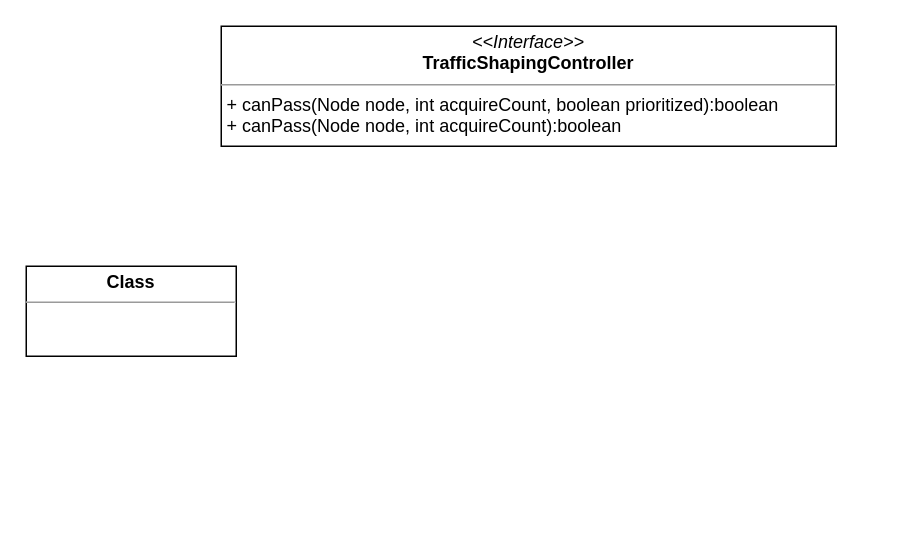
This is 流控效果类图.drawio from yongliangcode/diagram, a draw.io file, before an edit. Source tidied: cells renumbered, new cells numbered last; positions are measured from the earlier drawing's top-left corner, leaving out a move shared by most shapes. Both pictures are drawn from the tidied source at 150%, with x=0, y=0 at pixel (26, 26).
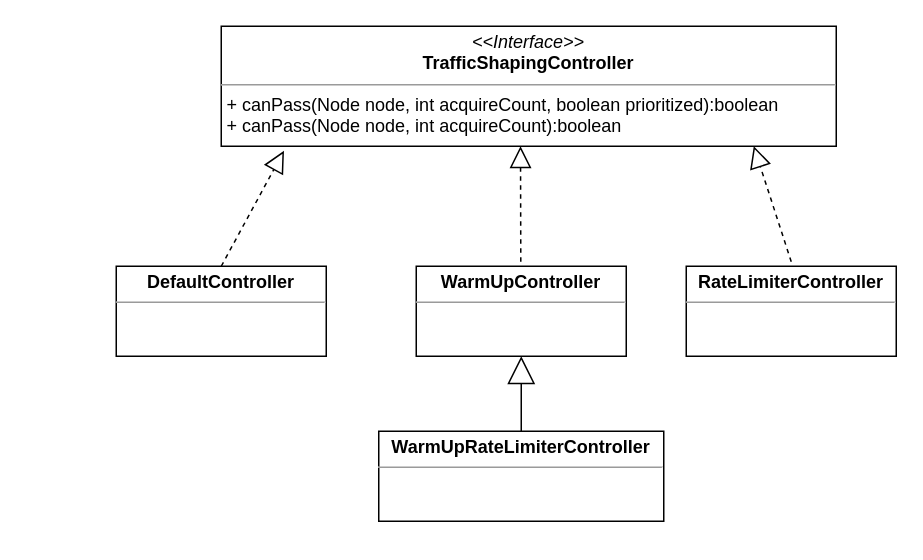
After the change.

Commit message (it also covers changes not shown here):
Update 流控效果类图.drawio

Diff of the diagram source:
```diff
@@
 <mxGraphModel>
   <root>
     <mxCell id="0" />
     <mxCell id="1" parent="0" />
     <mxCell id="2" value="&lt;p style=&quot;margin: 0px ; margin-top: 4px ; text-align: center&quot;&gt;&lt;i&gt;&amp;lt;&amp;lt;Interface&amp;gt;&amp;gt;&lt;/i&gt;&lt;br&gt;&lt;b&gt;TrafficShapingController&lt;/b&gt;&lt;/p&gt;&lt;hr size=&quot;1&quot;&gt;&lt;p style=&quot;margin: 0px ; margin-left: 4px&quot;&gt;+ canPass(Node node, int acquireCount, boolean prioritized):boolean&lt;/p&gt;&lt;p style=&quot;margin: 0px ; margin-left: 4px&quot;&gt;+&amp;nbsp;canPass(Node node, int acquireCount):boolean&amp;nbsp;&lt;br&gt;&lt;/p&gt;" style="verticalAlign=top;align=left;overflow=fill;fontSize=12;fontFamily=Helvetica;html=1;" parent="1" vertex="1">
       <mxGeometry x="130" width="410" height="80" as="geometry" />
     </mxCell>
-    <mxCell id="3" value="&lt;p style=&quot;margin:0px;margin-top:4px;text-align:center;&quot;&gt;&lt;b&gt;Class&lt;/b&gt;&lt;/p&gt;&lt;hr size=&quot;1&quot;/&gt;&lt;div style=&quot;height:2px;&quot;&gt;&lt;/div&gt;" style="verticalAlign=top;align=left;overflow=fill;fontSize=12;fontFamily=Helvetica;html=1;" parent="1" vertex="1">
-      <mxGeometry y="160" width="140" height="60" as="geometry" />
+    <mxCell id="3" value="&lt;p style=&quot;margin: 0px ; margin-top: 4px ; text-align: center&quot;&gt;&lt;b&gt;DefaultController&lt;/b&gt;&lt;br&gt;&lt;/p&gt;&lt;hr size=&quot;1&quot;&gt;&lt;div style=&quot;height: 2px&quot;&gt;&lt;/div&gt;" style="verticalAlign=top;align=left;overflow=fill;fontSize=12;fontFamily=Helvetica;html=1;" parent="1" vertex="1">
+      <mxGeometry x="60" y="160" width="140" height="60" as="geometry" />
     </mxCell>
+    <mxCell id="4" value="&lt;p style=&quot;margin: 0px ; margin-top: 4px ; text-align: center&quot;&gt;&lt;b&gt;RateLimiterController&lt;/b&gt;&lt;br&gt;&lt;/p&gt;&lt;hr size=&quot;1&quot;&gt;&lt;div style=&quot;height: 2px&quot;&gt;&lt;/div&gt;" style="verticalAlign=top;align=left;overflow=fill;fontSize=12;fontFamily=Helvetica;html=1;" parent="1" vertex="1">
+      <mxGeometry x="440" y="160" width="140" height="60" as="geometry" />
+    </mxCell>
+    <mxCell id="5" value="&lt;p style=&quot;margin: 0px ; margin-top: 4px ; text-align: center&quot;&gt;&lt;b&gt;WarmUpController&lt;/b&gt;&lt;br&gt;&lt;/p&gt;&lt;hr size=&quot;1&quot;&gt;&lt;div style=&quot;height: 2px&quot;&gt;&lt;/div&gt;" style="verticalAlign=top;align=left;overflow=fill;fontSize=12;fontFamily=Helvetica;html=1;" parent="1" vertex="1">
+      <mxGeometry x="260" y="160" width="140" height="60" as="geometry" />
+    </mxCell>
+    <mxCell id="6" value="&lt;p style=&quot;margin: 0px ; margin-top: 4px ; text-align: center&quot;&gt;&lt;b&gt;WarmUpRateLimiterController&lt;/b&gt;&lt;br&gt;&lt;/p&gt;&lt;hr size=&quot;1&quot;&gt;&lt;div style=&quot;height: 2px&quot;&gt;&lt;/div&gt;" style="verticalAlign=top;align=left;overflow=fill;fontSize=12;fontFamily=Helvetica;html=1;" parent="1" vertex="1">
+      <mxGeometry x="235" y="270" width="190" height="60" as="geometry" />
+    </mxCell>
+    <mxCell id="7" style="edgeStyle=orthogonalEdgeStyle;rounded=0;orthogonalLoop=1;jettySize=auto;html=1;exitX=0.5;exitY=1;exitDx=0;exitDy=0;" parent="1" edge="1" source="6" target="6">
+      <mxGeometry relative="1" as="geometry" />
+    </mxCell>
+    <mxCell id="8" style="endArrow=block;dashed=1;endFill=0;endSize=12;html=1;exitX=0.5;exitY=0;exitDx=0;exitDy=0;entryX=0.102;entryY=1.038;entryDx=0;entryDy=0;entryPerimeter=0;" parent="1" edge="1" source="3" target="2">
+      <mxGeometry relative="1" as="geometry" />
+    </mxCell>
+    <mxCell id="9" style="endArrow=block;dashed=1;endFill=0;endSize=12;html=1;entryX=0.102;entryY=1.038;entryDx=0;entryDy=0;entryPerimeter=0;" parent="1" edge="1">
+      <mxGeometry relative="1" as="geometry">
+        <mxPoint x="329.7" y="157" as="sourcePoint" />
+        <mxPoint x="329.5" y="80" as="targetPoint" />
+      </mxGeometry>
+    </mxCell>
+    <mxCell id="10" style="endArrow=block;dashed=1;endFill=0;endSize=12;html=1;entryX=0.102;entryY=1.038;entryDx=0;entryDy=0;entryPerimeter=0;" parent="1" edge="1">
+      <mxGeometry relative="1" as="geometry">
+        <mxPoint x="510" y="157" as="sourcePoint" />
+        <mxPoint x="485" y="80" as="targetPoint" />
+      </mxGeometry>
+    </mxCell>
+    <mxCell id="11" style="endArrow=block;endSize=16;endFill=0;html=1;entryX=0.5;entryY=1;entryDx=0;entryDy=0;" parent="1" edge="1" source="6" target="5">
+      <mxGeometry relative="1" as="geometry" />
+    </mxCell>
   </root>
 </mxGraphModel>
```
